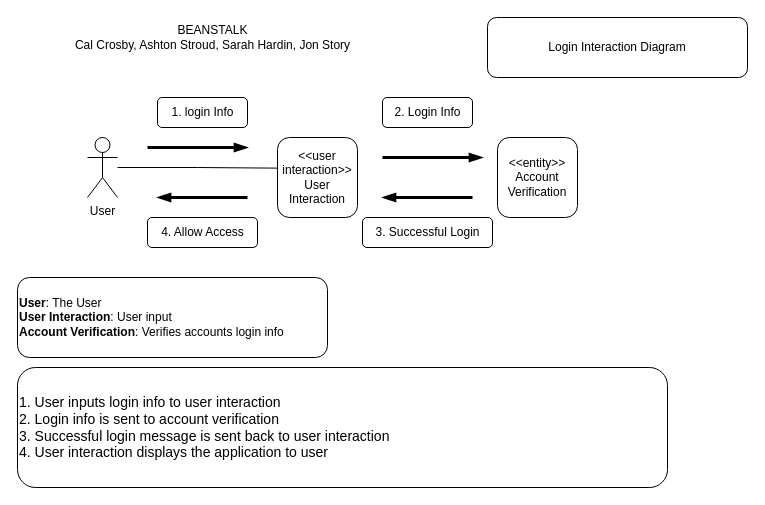
Glizzus/COMP-3700 keeps this draw.io diagram as D5-DynamicModeling/login_success.drawio. Above is the earlier version. Source tidied: cells renumbered, new cells numbered last; positions are measured from the earlier drawing's top-left corner, leaving out a move shared by most shapes. Both pictures are drawn from the tidied source at 100%, with x=0, y=0 at pixel (17, 17).
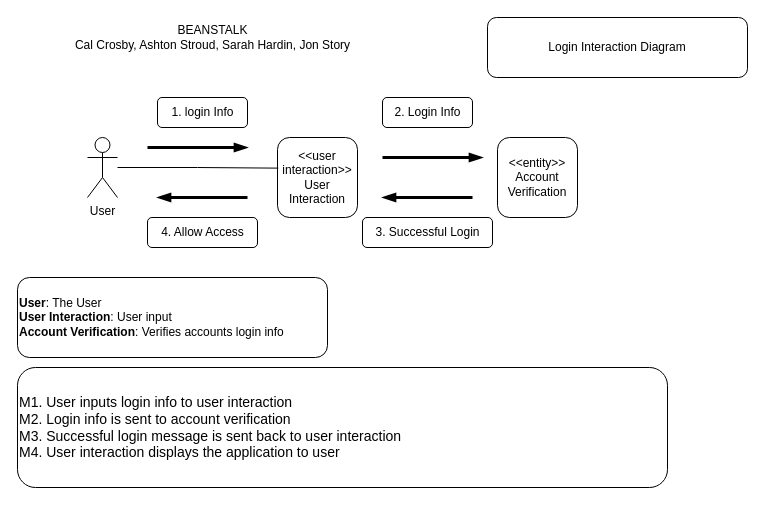
After the change.

Change to the diagram source:
```diff
@@
-    <mxCell id="3" value="&lt;font style=&quot;font-size: 14px;&quot;&gt;1. User inputs login info to user interaction&lt;br&gt;2. Login info is sent to account verification&lt;br&gt;3. Successful login message is sent back to user interaction&lt;br&gt;4. User interaction displays the application to user&lt;br&gt;&lt;/font&gt;" style="rounded=1;whiteSpace=wrap;html=1;align=left;" parent="1" vertex="1">
+    <mxCell id="3" value="&lt;font style=&quot;font-size: 14px;&quot;&gt;M1. User inputs login info to user interaction&lt;br&gt;M2. Login info is sent to account verification&lt;br&gt;M3. Successful login message is sent back to user interaction&lt;br&gt;M4. User interaction displays the application to user&lt;br&gt;&lt;/font&gt;" style="rounded=1;whiteSpace=wrap;html=1;align=left;" parent="1" vertex="1">
       <mxGeometry y="350" width="650" height="120" as="geometry" />
     </mxCell>
```
